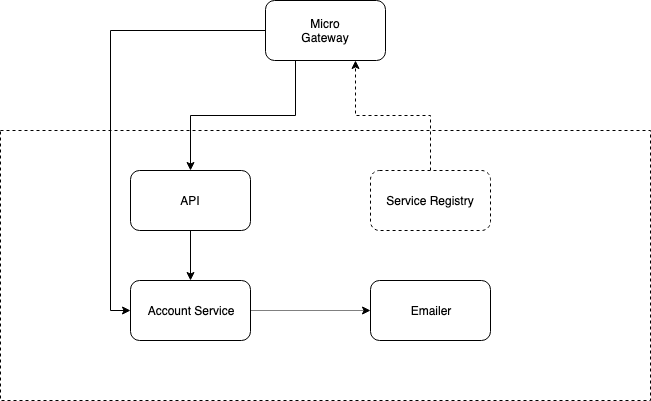
The draw.io diagram docs/deployment.png in xmlking/micro-starter-kit, before a commit. Source tidied: cells renumbered, new cells last; positions are measured from the earlier drawing's top-left corner, leaving out a move shared by most shapes.
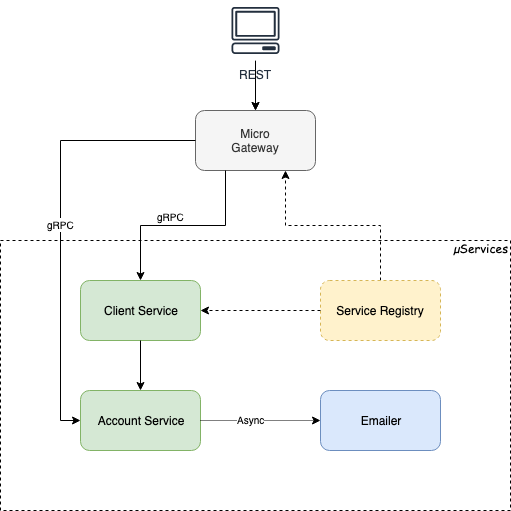
Above is the later version.

Commit message:
fix deployment draw file

The edit, as a diff of the source:
```diff
@@ -2,19 +2,19 @@
   <root>
     <mxCell id="0" />
     <mxCell id="1" parent="0" />
-    <mxCell id="2" value="Micro&lt;br&gt;Gateway" style="rounded=1;whiteSpace=wrap;html=1;" parent="1" vertex="1">
-      <mxGeometry x="265" width="120" height="60" as="geometry" />
+    <mxCell id="2" value="Micro&lt;br&gt;Gateway" style="rounded=1;whiteSpace=wrap;html=1;fillColor=#f5f5f5;strokeColor=#666666;fontColor=#333333;" parent="1" vertex="1">
+      <mxGeometry x="245" width="120" height="60" as="geometry" />
     </mxCell>
-    <mxCell id="3" style="rounded=0;whiteSpace=wrap;html=1;dashed=1;" parent="1" vertex="1">
-      <mxGeometry y="130" width="650" height="270" as="geometry" />
+    <mxCell id="3" value="&lt;font face=&quot;Comic Sans MS&quot;&gt;&amp;nbsp;µServices&lt;br&gt;&lt;br&gt;&lt;br&gt;&lt;br&gt;&lt;br&gt;&lt;br&gt;&lt;br&gt;&lt;br&gt;&lt;br&gt;&lt;br&gt;&lt;br&gt;&lt;br&gt;&lt;br&gt;&lt;br&gt;&lt;br&gt;&lt;br&gt;&lt;br&gt;&amp;nbsp;&lt;/font&gt;" style="rounded=0;whiteSpace=wrap;html=1;dashed=1;align=right;" parent="1" vertex="1">
+      <mxGeometry x="50" y="130" width="510" height="270" as="geometry" />
     </mxCell>
-    <mxCell id="4" value="API" style="rounded=1;whiteSpace=wrap;html=1;" parent="1" vertex="1">
+    <mxCell id="4" value="Client Service" style="rounded=1;whiteSpace=wrap;html=1;fillColor=#d5e8d4;strokeColor=#82b366;" parent="1" vertex="1">
       <mxGeometry x="130" y="170" width="120" height="60" as="geometry" />
     </mxCell>
-    <mxCell id="5" value="Account Service" style="rounded=1;whiteSpace=wrap;html=1;" parent="1" vertex="1">
+    <mxCell id="5" value="Account Service" style="rounded=1;whiteSpace=wrap;html=1;fillColor=#d5e8d4;strokeColor=#82b366;" parent="1" vertex="1">
       <mxGeometry x="130" y="280" width="120" height="60" as="geometry" />
     </mxCell>
-    <mxCell id="6" value="Emailer" style="rounded=1;whiteSpace=wrap;html=1;" parent="1" vertex="1">
+    <mxCell id="6" value="Emailer" style="rounded=1;whiteSpace=wrap;html=1;fillColor=#dae8fc;strokeColor=#6c8ebf;" parent="1" vertex="1">
       <mxGeometry x="370" y="280" width="120" height="60" as="geometry" />
     </mxCell>
     <mxCell id="7" style="endArrow=classic;html=1;exitX=0.5;exitY=1;exitDx=0;exitDy=0;entryX=0.5;entryY=0;entryDx=0;entryDy=0;" parent="1" edge="1" source="4" target="5">
@@ -23,17 +23,42 @@
     <mxCell id="8" style="edgeStyle=orthogonalEdgeStyle;rounded=0;jettySize=auto;html=1;exitX=0.25;exitY=1;exitDx=0;exitDy=0;" parent="1" edge="1" source="2" target="4">
       <mxGeometry relative="1" as="geometry" />
     </mxCell>
+    <mxCell id="13" value="&lt;font style=&quot;font-size: 10px&quot;&gt;gRPC&lt;/font&gt;" style="text;html=1;align=center;verticalAlign=middle;labelBackgroundColor=#ffffff;" parent="8" vertex="1">
+      <mxGeometry x="-0.53" y="-27" relative="1" as="geometry">
+        <mxPoint x="-28" y="-1" as="offset" />
+      </mxGeometry>
+    </mxCell>
     <mxCell id="9" style="endArrow=classic;html=1;exitX=1;exitY=0.5;exitDx=0;exitDy=0;dashed=1;dashPattern=1 1;" parent="1" edge="1" source="5" target="6">
       <mxGeometry relative="1" as="geometry" />
     </mxCell>
+    <mxCell id="14" value="&lt;font style=&quot;font-size: 10px&quot;&gt;Async&lt;/font&gt;" style="text;html=1;align=center;verticalAlign=middle;labelBackgroundColor=#ffffff;" parent="9" vertex="1">
+      <mxGeometry x="-0.17" y="2" relative="1" as="geometry" />
+    </mxCell>
     <mxCell id="10" style="edgeStyle=orthogonalEdgeStyle;rounded=0;jettySize=auto;html=1;exitX=0.5;exitY=0;exitDx=0;exitDy=0;dashed=1;entryX=0.75;entryY=1;entryDx=0;entryDy=0;" parent="1" edge="1" source="11" target="2">
       <mxGeometry relative="1" as="geometry" />
     </mxCell>
-    <mxCell id="11" value="Service Registry" style="rounded=1;whiteSpace=wrap;html=1;dashed=1;" parent="1" vertex="1">
+    <mxCell id="11" value="Service Registry" style="rounded=1;whiteSpace=wrap;html=1;dashed=1;fillColor=#fff2cc;strokeColor=#d6b656;" parent="1" vertex="1">
       <mxGeometry x="370" y="170" width="120" height="60" as="geometry" />
     </mxCell>
     <mxCell id="12" style="edgeStyle=orthogonalEdgeStyle;rounded=0;jettySize=auto;html=1;entryX=0;entryY=0.5;entryDx=0;entryDy=0;exitX=0;exitY=0.5;exitDx=0;exitDy=0;" parent="1" edge="1" source="2" target="5">
       <mxGeometry relative="1" as="geometry" />
     </mxCell>
+    <mxCell id="15" value="&lt;font style=&quot;font-size: 10px&quot;&gt;gRPC&lt;/font&gt;" style="text;html=1;align=center;verticalAlign=middle;labelBackgroundColor=#ffffff;" parent="12" vertex="1">
+      <mxGeometry x="-0.32" y="70" relative="1" as="geometry">
+        <mxPoint x="-70" y="70" as="offset" />
+      </mxGeometry>
+    </mxCell>
+    <mxCell id="16" style="edgeStyle=orthogonalEdgeStyle;rounded=0;jettySize=auto;html=1;dashed=1;entryX=1;entryY=0.5;entryDx=0;entryDy=0;" parent="1" edge="1" source="11" target="4">
+      <mxGeometry relative="1" as="geometry" />
+    </mxCell>
+    <mxCell id="17" style="edgeStyle=orthogonalEdgeStyle;rounded=0;jettySize=auto;html=1;" parent="1" edge="1" source="19" target="2">
+      <mxGeometry relative="1" as="geometry" />
+    </mxCell>
+    <mxCell id="18" style="edgeStyle=orthogonalEdgeStyle;rounded=0;jettySize=auto;html=1;" parent="1" edge="1" source="19" target="2">
+      <mxGeometry relative="1" as="geometry" />
+    </mxCell>
+    <mxCell id="19" value="REST" style="outlineConnect=0;fontColor=#232F3E;gradientColor=none;strokeColor=#232F3E;fillColor=#ffffff;dashed=0;verticalLabelPosition=bottom;verticalAlign=top;align=center;html=1;fontSize=12;fontStyle=0;shape=mxgraph.aws4.resourceIcon;resIcon=mxgraph.aws4.client;" parent="1" vertex="1">
+      <mxGeometry x="275" y="-110" width="60" height="60" as="geometry" />
+    </mxCell>
   </root>
 </mxGraphModel>
```
